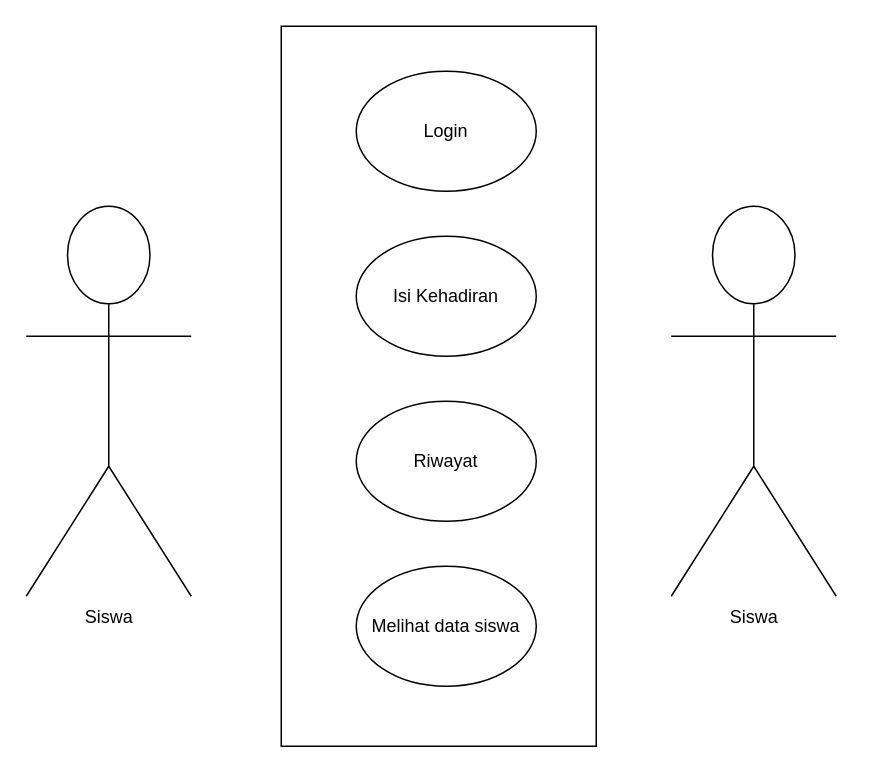
Earlier version of the draw.io diagram Untitled Diagram.drawio (Tiaralstari/Tugas). Source tidied: cells renumbered, new cells numbered last; positions are measured from the earlier drawing's top-left corner, leaving out a move shared by most shapes. Both pictures are drawn from the tidied source at 150%, with x=0, y=0 at pixel (26, 26).
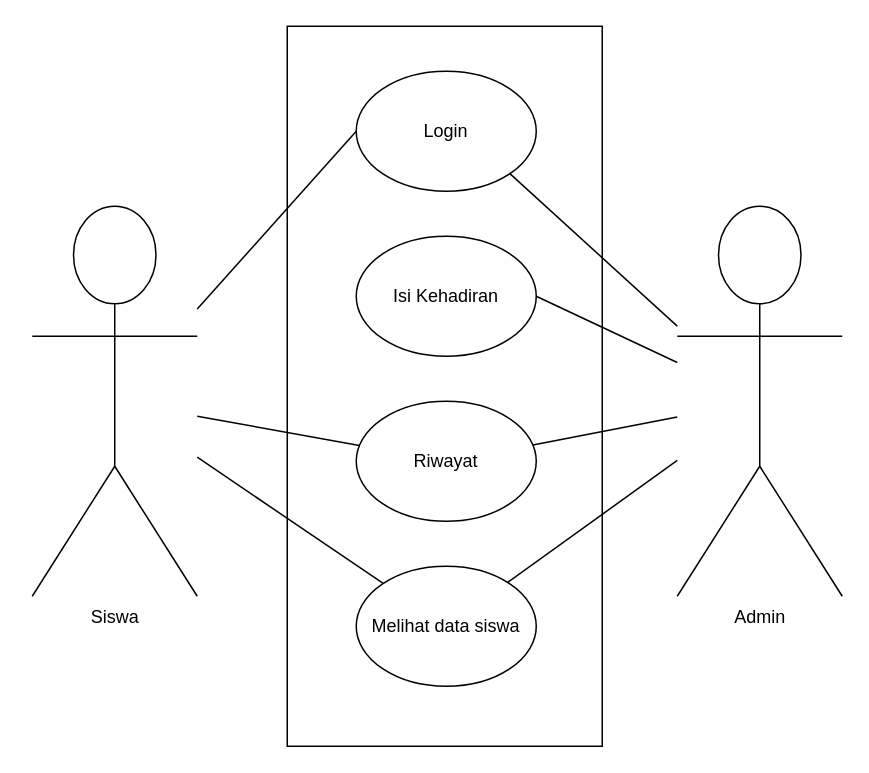
Above is the later version.

The edit, as a diff of the source:
```diff
@@
 <mxGraphModel>
   <root>
     <mxCell id="0" />
     <mxCell id="1" parent="0" />
-    <mxCell id="2" value="Siswa" style="shape=umlActor;verticalLabelPosition=bottom;verticalAlign=top;html=1;outlineConnect=0;" parent="1" vertex="1">
-      <mxGeometry x="430" y="120" width="110" height="260" as="geometry" />
+    <mxCell id="2" value="Admin" style="shape=umlActor;verticalLabelPosition=bottom;verticalAlign=top;html=1;outlineConnect=0;" parent="1" vertex="1">
+      <mxGeometry x="434" y="120" width="110" height="260" as="geometry" />
     </mxCell>
     <mxCell id="3" style="rounded=0;whiteSpace=wrap;html=1;" parent="1" vertex="1">
-      <mxGeometry x="170" width="210" height="480" as="geometry" />
+      <mxGeometry x="174" width="210" height="480" as="geometry" />
     </mxCell>
     <mxCell id="4" value="Login" style="ellipse;whiteSpace=wrap;html=1;" parent="1" vertex="1">
       <mxGeometry x="220" y="30" width="120" height="80" as="geometry" />
     </mxCell>
     <mxCell id="5" value="Isi Kehadiran" style="ellipse;whiteSpace=wrap;html=1;" parent="1" vertex="1">
       <mxGeometry x="220" y="140" width="120" height="80" as="geometry" />
     </mxCell>
     <mxCell id="6" value="Riwayat" style="ellipse;whiteSpace=wrap;html=1;" parent="1" vertex="1">
       <mxGeometry x="220" y="250" width="120" height="80" as="geometry" />
     </mxCell>
     <mxCell id="7" value="Melihat data siswa" style="ellipse;whiteSpace=wrap;html=1;" parent="1" vertex="1">
       <mxGeometry x="220" y="360" width="120" height="80" as="geometry" />
     </mxCell>
     <mxCell id="8" value="Siswa" style="shape=umlActor;verticalLabelPosition=bottom;verticalAlign=top;html=1;outlineConnect=0;" parent="1" vertex="1">
-      <mxGeometry y="120" width="110" height="260" as="geometry" />
+      <mxGeometry x="4" y="120" width="110" height="260" as="geometry" />
     </mxCell>
+    <mxCell id="9" style="endArrow=none;html=1;rounded=0;entryX=0;entryY=0.5;entryDx=0;entryDy=0;" parent="1" edge="1" source="8" target="4">
+      <mxGeometry relative="1" as="geometry" />
+    </mxCell>
+    <mxCell id="10" style="endArrow=none;html=1;rounded=0;exitX=1;exitY=1;exitDx=0;exitDy=0;" parent="1" edge="1" source="4" target="2">
+      <mxGeometry relative="1" as="geometry" />
+    </mxCell>
+    <mxCell id="11" style="endArrow=none;html=1;rounded=0;exitX=1;exitY=0.5;exitDx=0;exitDy=0;" parent="1" edge="1" source="5" target="2">
+      <mxGeometry relative="1" as="geometry" />
+    </mxCell>
+    <mxCell id="12" style="endArrow=none;html=1;rounded=0;" parent="1" edge="1" source="6" target="2">
+      <mxGeometry relative="1" as="geometry" />
+    </mxCell>
+    <mxCell id="13" style="endArrow=none;html=1;rounded=0;" parent="1" edge="1" source="7" target="2">
+      <mxGeometry relative="1" as="geometry" />
+    </mxCell>
+    <mxCell id="14" style="endArrow=none;html=1;rounded=0;" parent="1" edge="1" source="8" target="6">
+      <mxGeometry relative="1" as="geometry" />
+    </mxCell>
+    <mxCell id="15" style="endArrow=none;html=1;rounded=0;" parent="1" edge="1" source="8" target="7">
+      <mxGeometry relative="1" as="geometry" />
+    </mxCell>
   </root>
 </mxGraphModel>
```
